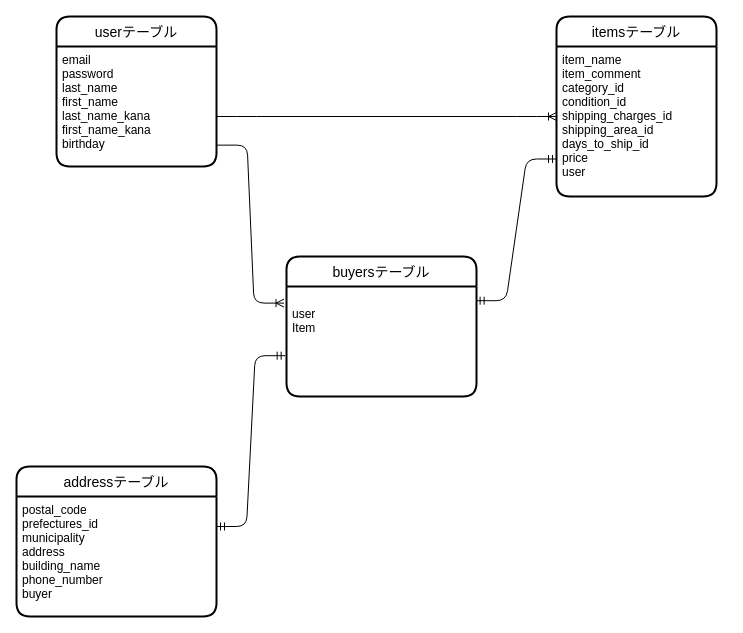
errorseiya/furima-32603 keeps this draw.io diagram as furima.dio. Above is the earlier version. Source tidied: cells renumbered, new cells numbered last; positions are measured from the earlier drawing's top-left corner, leaving out a move shared by most shapes. Both pictures are drawn from the tidied source at 100%, with x=0, y=0 at pixel (16, 16).
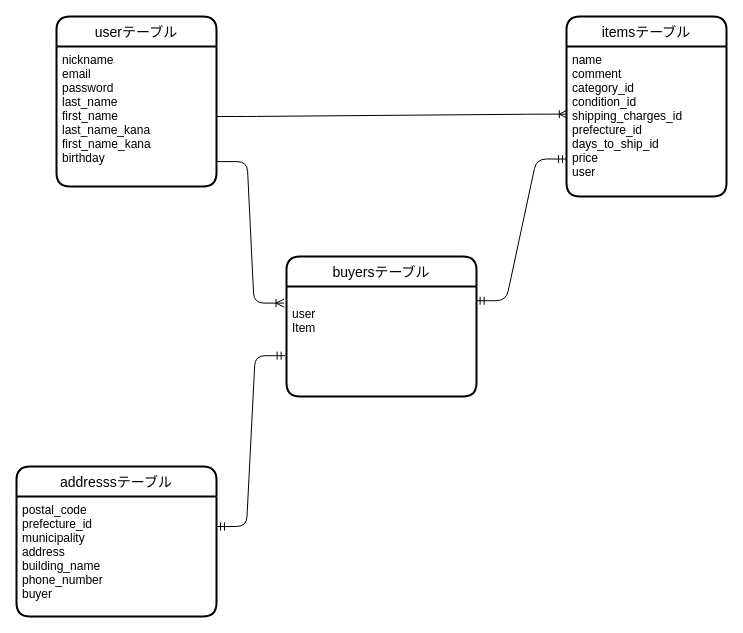
Above is the later version.

Commit message (it also covers changes not shown here):
データベース設計ER図README修正

Change to the diagram source:
```diff
@@
 <mxGraphModel>
   <root>
     <mxCell id="0" />
     <mxCell id="1" parent="0" />
     <mxCell id="2" value="userテーブル" style="swimlane;horizontal=1;startSize=30;rounded=1;fontSize=14;fontStyle=0;strokeWidth=2;shadow=0;dashed=0;align=center;" parent="1" vertex="1">
-      <mxGeometry x="40" width="160" height="150" as="geometry" />
+      <mxGeometry x="40" width="160" height="170" as="geometry" />
     </mxCell>
-    <mxCell id="3" value="email &#10;password   &#10;last_name&#10;first_name&#10;last_name_kana&#10;first_name_kana&#10;birthday" style="align=left;strokeColor=none;fillColor=none;spacingLeft=4;fontSize=12;verticalAlign=top;" parent="2" vertex="1">
-      <mxGeometry y="30" width="160" height="120" as="geometry" />
+    <mxCell id="3" value="nickname&#10;email &#10;password   &#10;last_name&#10;first_name&#10;last_name_kana&#10;first_name_kana&#10;birthday" style="align=left;strokeColor=none;fillColor=none;spacingLeft=4;fontSize=12;verticalAlign=top;" parent="2" vertex="1">
+      <mxGeometry y="30" width="160" height="140" as="geometry" />
     </mxCell>
     <mxCell id="4" value="itemsテーブル" style="swimlane;horizontal=1;startSize=30;rounded=1;fontSize=14;fontStyle=0;strokeWidth=2;shadow=0;dashed=0;align=center;" parent="1" vertex="1">
-      <mxGeometry x="540" width="160" height="180" as="geometry" />
+      <mxGeometry x="550" width="160" height="180" as="geometry" />
     </mxCell>
-    <mxCell id="5" value="item_name&#10;item_comment&#10;category_id&#10;condition_id&#10;shipping_charges_id&#10;shipping_area_id&#10;days_to_ship_id&#10;price&#10;user" style="align=left;strokeColor=none;fillColor=none;spacingLeft=4;fontSize=12;verticalAlign=top;" parent="4" vertex="1">
+    <mxCell id="5" value="name&#10;comment&#10;category_id&#10;condition_id&#10;shipping_charges_id&#10;prefecture_id&#10;days_to_ship_id&#10;price&#10;user" style="align=left;strokeColor=none;fillColor=none;spacingLeft=4;fontSize=12;verticalAlign=top;" parent="4" vertex="1">
       <mxGeometry y="30" width="160" height="150" as="geometry" />
     </mxCell>
-    <mxCell id="6" value="addressテーブル" style="swimlane;horizontal=1;startSize=30;rounded=1;fontSize=14;fontStyle=0;strokeWidth=2;shadow=0;dashed=0;align=center;" parent="1" vertex="1">
+    <mxCell id="6" value="addresssテーブル" style="swimlane;horizontal=1;startSize=30;rounded=1;fontSize=14;fontStyle=0;strokeWidth=2;shadow=0;dashed=0;align=center;" parent="1" vertex="1">
       <mxGeometry y="450" width="200" height="150" as="geometry" />
     </mxCell>
-    <mxCell id="7" value="postal_code&#10;prefectures_id&#10;municipality&#10;address&#10;building_name&#10;phone_number&#10;buyer" style="align=left;strokeColor=none;fillColor=none;spacingLeft=4;fontSize=12;verticalAlign=top;" parent="6" vertex="1">
+    <mxCell id="7" value="postal_code&#10;prefecture_id&#10;municipality&#10;address&#10;building_name&#10;phone_number&#10;buyer" style="align=left;strokeColor=none;fillColor=none;spacingLeft=4;fontSize=12;verticalAlign=top;" parent="6" vertex="1">
       <mxGeometry y="30" width="200" height="120" as="geometry" />
     </mxCell>
     <mxCell id="8" value="buyersテーブル" style="swimlane;horizontal=1;startSize=30;rounded=1;fontSize=14;fontStyle=0;strokeWidth=2;shadow=0;dashed=0;align=center;" parent="1" vertex="1">
       <mxGeometry x="270" y="240" width="190" height="140" as="geometry" />
     </mxCell>
     <mxCell id="9" value="&#10;user&#10;Item" style="align=left;strokeColor=none;fillColor=none;spacingLeft=4;fontSize=12;verticalAlign=top;" parent="8" vertex="1">
       <mxGeometry y="30" width="190" height="110" as="geometry" />
     </mxCell>
-    <mxCell id="10" style="edgeStyle=entityRelationEdgeStyle;fontSize=12;html=1;endArrow=ERoneToMany;" parent="1" edge="1">
+    <mxCell id="10" style="edgeStyle=entityRelationEdgeStyle;fontSize=12;html=1;endArrow=ERoneToMany;entryX=0.005;entryY=0.451;entryDx=0;entryDy=0;entryPerimeter=0;" parent="1" edge="1" target="5">
       <mxGeometry relative="1" as="geometry">
         <mxPoint x="200" y="100" as="sourcePoint" />
-        <mxPoint x="540" y="100" as="targetPoint" />
       </mxGeometry>
     </mxCell>
     <mxCell id="11" style="edgeStyle=entityRelationEdgeStyle;fontSize=12;html=1;endArrow=ERoneToMany;entryX=-0.013;entryY=0.151;entryDx=0;entryDy=0;entryPerimeter=0;exitX=1.004;exitY=0.822;exitDx=0;exitDy=0;exitPerimeter=0;" parent="1" edge="1" source="3" target="9">
       <mxGeometry relative="1" as="geometry" />
     </mxCell>
     <mxCell id="12" style="edgeStyle=entityRelationEdgeStyle;fontSize=12;html=1;endArrow=ERmandOne;startArrow=ERmandOne;entryX=-0.007;entryY=0.629;entryDx=0;entryDy=0;entryPerimeter=0;exitX=1;exitY=0.25;exitDx=0;exitDy=0;" parent="1" edge="1" source="7" target="9">
       <mxGeometry relative="1" as="geometry" />
     </mxCell>
     <mxCell id="13" style="edgeStyle=entityRelationEdgeStyle;fontSize=12;html=1;endArrow=ERmandOne;startArrow=ERmandOne;entryX=0;entryY=0.75;entryDx=0;entryDy=0;exitX=0.998;exitY=0.129;exitDx=0;exitDy=0;exitPerimeter=0;" parent="1" edge="1" source="9" target="5">
       <mxGeometry relative="1" as="geometry" />
     </mxCell>
   </root>
 </mxGraphModel>
```
